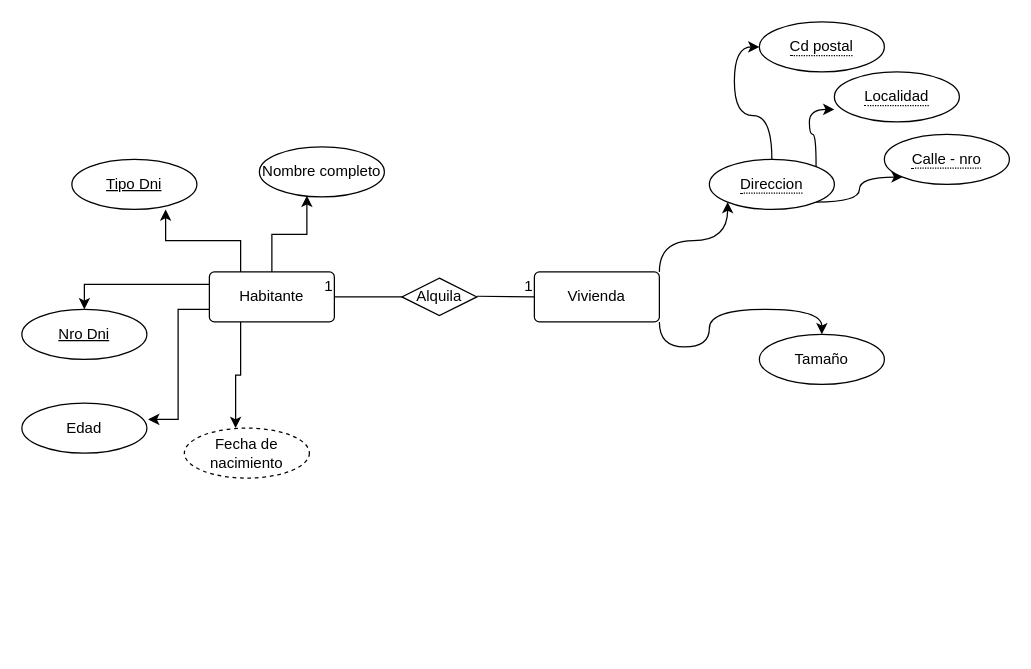
Above: Ejercicio2.drawio in Castellanos98Alan/BaseDeDatos-Diagramas (draw.io), before the change. Source tidied: cells renumbered, new cells numbered last; positions are measured from the earlier drawing's top-left corner, leaving out a move shared by most shapes. Both pictures are drawn from the tidied source at 125%, with x=0, y=0 at pixel (21, 21).
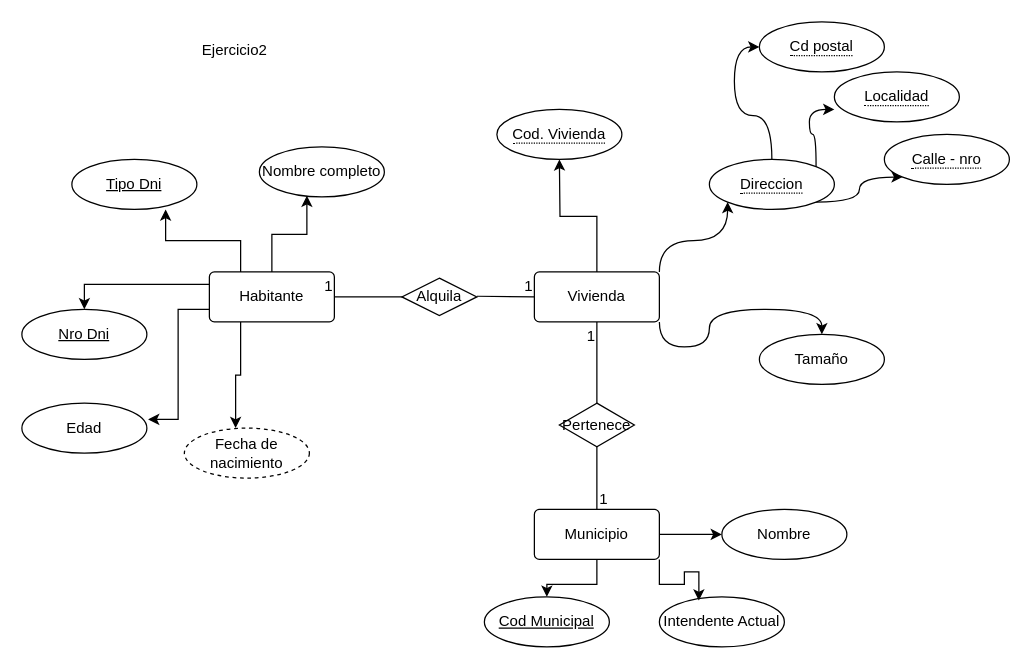
The same page after the edit.

Unchanged cells that the change refers to:
```xml
<mxCell id="6" value="Vivienda" style="rounded=1;arcSize=10;whiteSpace=wrap;html=1;align=center;" parent="1" vertex="1">
  <mxGeometry x="410" y="200" width="100" height="40" as="geometry" />
</mxCell>
```

The edit, as a diff of the source:
```diff
@@
+    <mxCell id="30" style="edgeStyle=orthogonalEdgeStyle;rounded=0;jettySize=auto;html=1;exitX=0.5;exitY=0;exitDx=0;exitDy=0;" parent="1" edge="1" source="6">
+      <mxGeometry relative="1" as="geometry">
+        <mxPoint x="430" y="110" as="targetPoint" />
+      </mxGeometry>
+    </mxCell>
@@
+    <mxCell id="31" value="Pertenece" style="shape=rhombus;perimeter=rhombusPerimeter;whiteSpace=wrap;html=1;align=center;" parent="1" vertex="1">
+      <mxGeometry x="430" y="305" width="60" height="35" as="geometry" />
+    </mxCell>
+    <mxCell id="32" style="edgeStyle=orthogonalEdgeStyle;rounded=0;jettySize=auto;html=1;exitX=0.5;exitY=1;exitDx=0;exitDy=0;entryX=0.5;entryY=0;entryDx=0;entryDy=0;" parent="1" edge="1" source="34" target="37">
+      <mxGeometry relative="1" as="geometry" />
+    </mxCell>
+    <mxCell id="33" style="edgeStyle=orthogonalEdgeStyle;rounded=0;jettySize=auto;html=1;exitX=1;exitY=0.5;exitDx=0;exitDy=0;entryX=0;entryY=0.5;entryDx=0;entryDy=0;" parent="1" edge="1" source="34" target="35">
+      <mxGeometry relative="1" as="geometry" />
+    </mxCell>
+    <mxCell id="34" value="Municipio" style="rounded=1;arcSize=10;whiteSpace=wrap;html=1;align=center;" parent="1" vertex="1">
+      <mxGeometry x="410" y="390" width="100" height="40" as="geometry" />
+    </mxCell>
+    <mxCell id="35" value="Nombre" style="ellipse;whiteSpace=wrap;html=1;align=center;" parent="1" vertex="1">
+      <mxGeometry x="560" y="390" width="100" height="40" as="geometry" />
+    </mxCell>
+    <mxCell id="36" value="Intendente Actual" style="ellipse;whiteSpace=wrap;html=1;align=center;" parent="1" vertex="1">
+      <mxGeometry x="510" y="460" width="100" height="40" as="geometry" />
+    </mxCell>
+    <mxCell id="37" value="Cod Municipal" style="ellipse;whiteSpace=wrap;html=1;align=center;fontStyle=4;" parent="1" vertex="1">
+      <mxGeometry x="370" y="460" width="100" height="40" as="geometry" />
+    </mxCell>
+    <mxCell id="38" value="&lt;span style=&quot;border-bottom: 1px dotted&quot;&gt;Cod. Vivienda&lt;/span&gt;" style="ellipse;whiteSpace=wrap;html=1;align=center;" parent="1" vertex="1">
+      <mxGeometry x="380" y="70" width="100" height="40" as="geometry" />
+    </mxCell>
+    <mxCell id="39" style="endArrow=none;html=1;rounded=0;entryX=0.5;entryY=0;entryDx=0;entryDy=0;" parent="1" edge="1" target="34">
+      <mxGeometry relative="1" as="geometry">
+        <mxPoint x="460" y="340" as="sourcePoint" />
+      </mxGeometry>
+    </mxCell>
+    <mxCell id="40" value="1" style="html=1;whiteSpace=wrap;align=right;verticalAlign=bottom;" parent="39" vertex="1">
+      <mxGeometry x="1" relative="1" as="geometry">
+        <mxPoint x="10" as="offset" />
+      </mxGeometry>
+    </mxCell>
+    <mxCell id="41" style="endArrow=none;html=1;rounded=0;entryX=0.5;entryY=1;entryDx=0;entryDy=0;exitX=0.5;exitY=0;exitDx=0;exitDy=0;" parent="1" edge="1" source="31" target="6">
+      <mxGeometry relative="1" as="geometry" />
+    </mxCell>
+    <mxCell id="42" value="1" style="html=1;whiteSpace=wrap;align=right;verticalAlign=bottom;" parent="41" vertex="1">
+      <mxGeometry x="1" relative="1" as="geometry">
+        <mxPoint y="20" as="offset" />
+      </mxGeometry>
+    </mxCell>
+    <mxCell id="43" style="edgeStyle=orthogonalEdgeStyle;rounded=0;jettySize=auto;html=1;exitX=1;exitY=1;exitDx=0;exitDy=0;entryX=0.316;entryY=0.075;entryDx=0;entryDy=0;entryPerimeter=0;" parent="1" edge="1" source="34" target="36">
+      <mxGeometry relative="1" as="geometry" />
+    </mxCell>
+    <mxCell id="44" value="Ejercicio2" style="text;html=1;align=center;verticalAlign=middle;strokeColor=none;fillColor=none;" parent="1" vertex="1">
+      <mxGeometry x="130" y="8" width="80" height="30" as="geometry" />
+    </mxCell>
```
